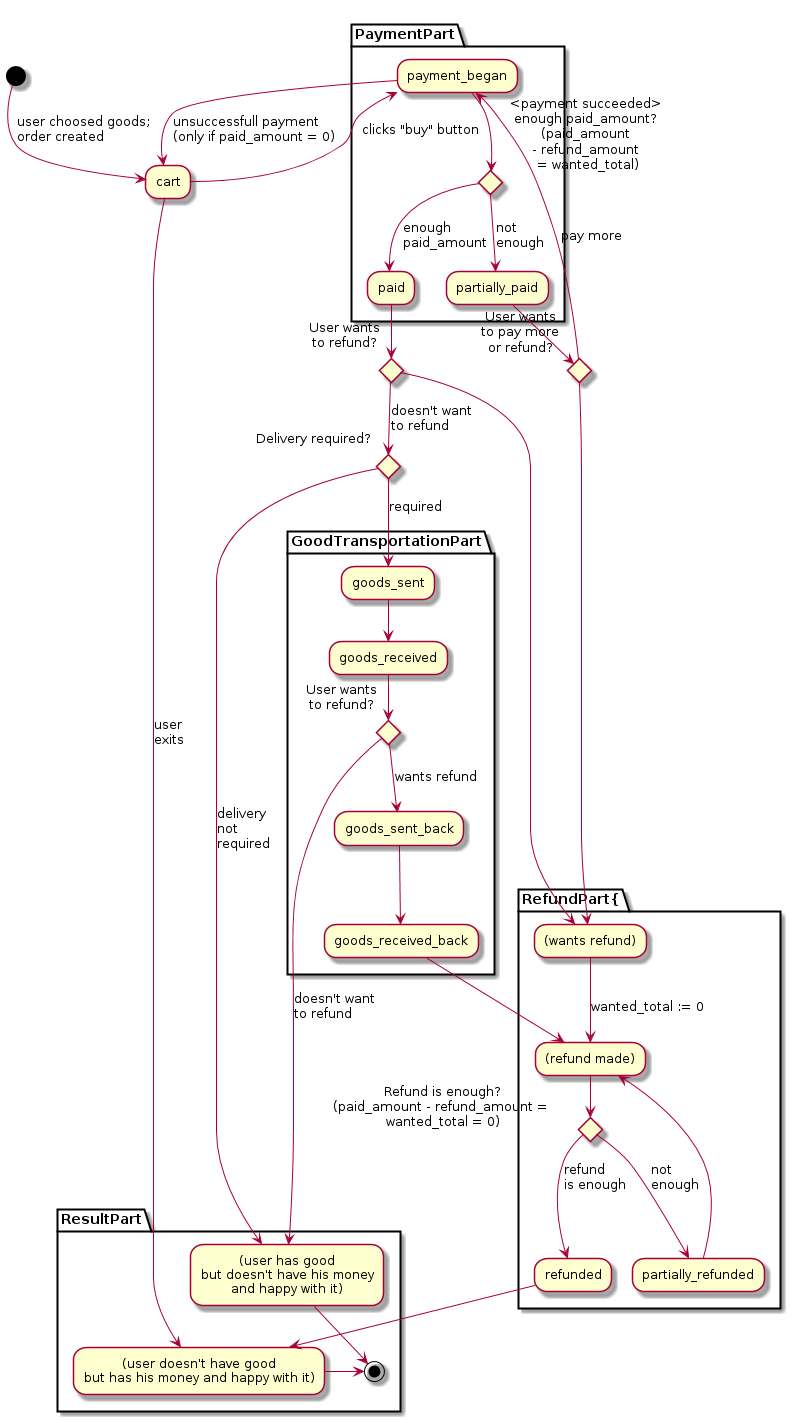
Before: dia/order-state-graph.png, a diagram exported from PlantUML (d9k/pyragrid).
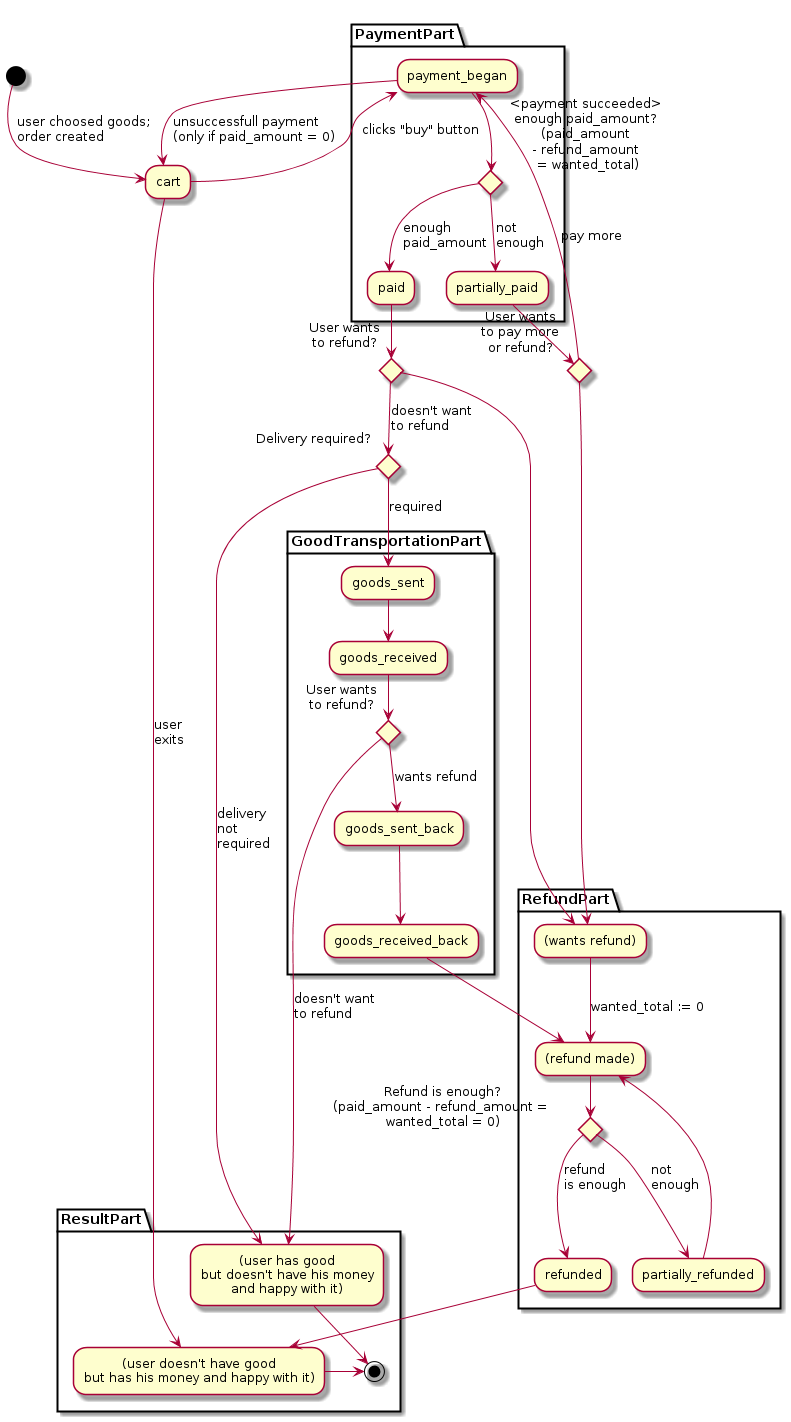
After the commit.

Commit message:
order_state_graph v3.1 (small fix)

Diff of the diagram source:
```diff
@@ -1,4 +1,5 @@
 @startuml
+
 
 skinparam defaultTextAlignment left
 
@@ -21,7 +22,7 @@
 }
 
 
-partition RefundPart{
+partition RefundPart {
 	"(wants refund)" --> [wanted_total := 0] "(refund made)"
     "(refund made)" --> if "Refund is enough?\n(paid_amount - refund_amount = \nwanted_total = 0)" then
         --> [refund\nis enough] "refunded"
```
